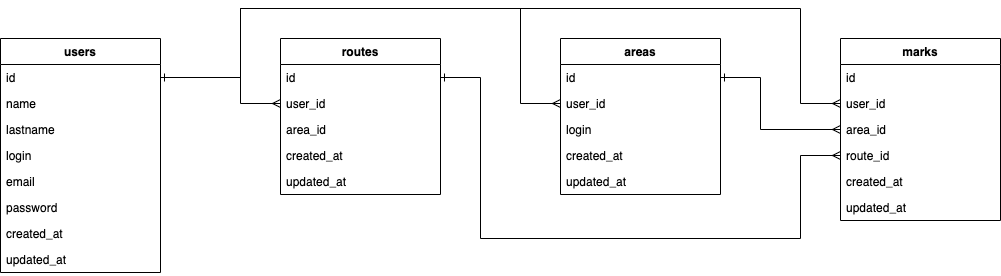
Above: docs/images/db-structure.drawio.png in jbakhtin/driving-school-route-coverage (draw.io), before the change. Source tidied: cells renumbered, new cells last; positions are measured from the earlier drawing's top-left corner, leaving out a move shared by most shapes.
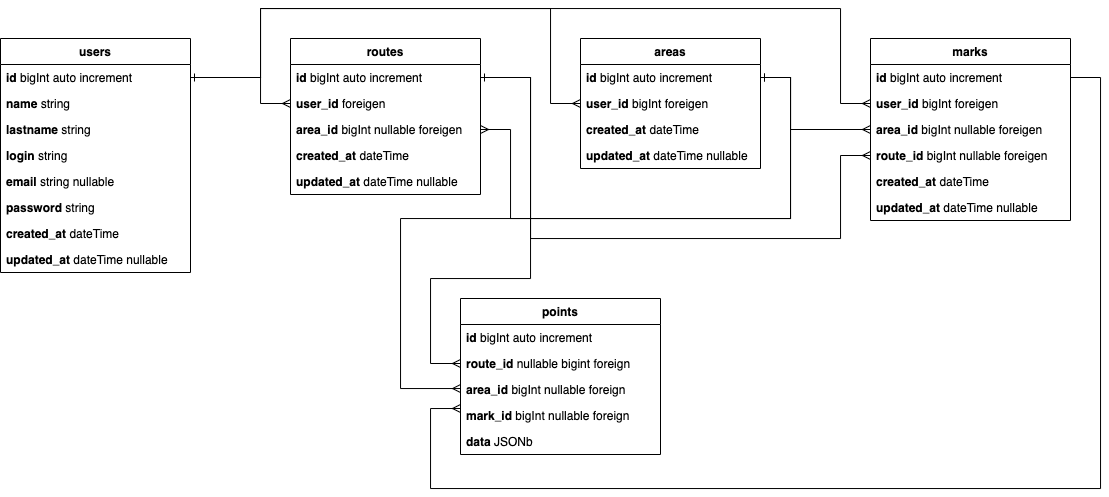
After the change.

The edit, as a diff of the source:
```diff
@@ -3,102 +3,99 @@
     <mxCell id="0" />
     <mxCell id="1" parent="0" />
     <mxCell id="2" value="users" style="swimlane;fontStyle=1;align=center;verticalAlign=top;horizontal=1;startSize=26;whiteSpace=wrap;html=1;" parent="1" vertex="1">
-      <mxGeometry y="30" width="160" height="234" as="geometry" />
+      <mxGeometry x="-30" y="30" width="190" height="234" as="geometry" />
     </mxCell>
-    <mxCell id="3" value="id" style="text;strokeColor=none;fillColor=none;align=left;verticalAlign=top;spacingLeft=4;spacingRight=4;overflow=hidden;points=[[0,0.5],[1,0.5]];portConstraint=eastwest;whiteSpace=wrap;html=1;" parent="2" vertex="1">
-      <mxGeometry y="26" width="160" height="26" as="geometry" />
+    <mxCell id="3" value="&lt;b&gt;id&lt;/b&gt;&amp;nbsp;bigInt&amp;nbsp;auto increment&amp;nbsp;" style="text;strokeColor=none;fillColor=none;align=left;verticalAlign=top;spacingLeft=4;spacingRight=4;overflow=hidden;points=[[0,0.5],[1,0.5]];portConstraint=eastwest;whiteSpace=wrap;html=1;" parent="2" vertex="1">
+      <mxGeometry y="26" width="190" height="26" as="geometry" />
     </mxCell>
-    <mxCell id="4" value="name" style="text;strokeColor=none;fillColor=none;align=left;verticalAlign=top;spacingLeft=4;spacingRight=4;overflow=hidden;whiteSpace=wrap;html=1;" parent="2" vertex="1">
-      <mxGeometry y="52" width="160" height="26" as="geometry" />
+    <mxCell id="4" value="&lt;b&gt;name&lt;/b&gt; string" style="text;strokeColor=none;fillColor=none;align=left;verticalAlign=top;spacingLeft=4;spacingRight=4;overflow=hidden;whiteSpace=wrap;html=1;" parent="2" vertex="1">
+      <mxGeometry y="52" width="190" height="26" as="geometry" />
     </mxCell>
-    <mxCell id="5" value="lastname" style="text;strokeColor=none;fillColor=none;align=left;verticalAlign=top;spacingLeft=4;spacingRight=4;overflow=hidden;whiteSpace=wrap;html=1;" parent="2" vertex="1">
-      <mxGeometry y="78" width="160" height="26" as="geometry" />
+    <mxCell id="5" value="&lt;b&gt;lastname&lt;/b&gt; string" style="text;strokeColor=none;fillColor=none;align=left;verticalAlign=top;spacingLeft=4;spacingRight=4;overflow=hidden;whiteSpace=wrap;html=1;" parent="2" vertex="1">
+      <mxGeometry y="78" width="190" height="26" as="geometry" />
     </mxCell>
-    <mxCell id="6" value="login" style="text;strokeColor=none;fillColor=none;align=left;verticalAlign=top;spacingLeft=4;spacingRight=4;overflow=hidden;whiteSpace=wrap;html=1;" parent="2" vertex="1">
-      <mxGeometry y="104" width="160" height="26" as="geometry" />
+    <mxCell id="6" value="&lt;b&gt;login&lt;/b&gt; string" style="text;strokeColor=none;fillColor=none;align=left;verticalAlign=top;spacingLeft=4;spacingRight=4;overflow=hidden;whiteSpace=wrap;html=1;" parent="2" vertex="1">
+      <mxGeometry y="104" width="190" height="26" as="geometry" />
     </mxCell>
-    <mxCell id="7" value="email" style="text;strokeColor=none;fillColor=none;align=left;verticalAlign=top;spacingLeft=4;spacingRight=4;overflow=hidden;whiteSpace=wrap;html=1;" parent="2" vertex="1">
-      <mxGeometry y="130" width="160" height="26" as="geometry" />
+    <mxCell id="7" value="&lt;b&gt;email&lt;/b&gt; string nullable" style="text;strokeColor=none;fillColor=none;align=left;verticalAlign=top;spacingLeft=4;spacingRight=4;overflow=hidden;whiteSpace=wrap;html=1;" parent="2" vertex="1">
+      <mxGeometry y="130" width="190" height="26" as="geometry" />
     </mxCell>
-    <mxCell id="8" value="password" style="text;strokeColor=none;fillColor=none;align=left;verticalAlign=top;spacingLeft=4;spacingRight=4;overflow=hidden;whiteSpace=wrap;html=1;" parent="2" vertex="1">
-      <mxGeometry y="156" width="160" height="26" as="geometry" />
+    <mxCell id="8" value="&lt;b&gt;password&lt;/b&gt; string" style="text;strokeColor=none;fillColor=none;align=left;verticalAlign=top;spacingLeft=4;spacingRight=4;overflow=hidden;whiteSpace=wrap;html=1;" parent="2" vertex="1">
+      <mxGeometry y="156" width="190" height="26" as="geometry" />
     </mxCell>
-    <mxCell id="9" value="created_at" style="text;strokeColor=none;fillColor=none;align=left;verticalAlign=top;spacingLeft=4;spacingRight=4;overflow=hidden;whiteSpace=wrap;html=1;" parent="2" vertex="1">
-      <mxGeometry y="182" width="160" height="26" as="geometry" />
+    <mxCell id="9" value="&lt;b&gt;created_at&lt;/b&gt; dateTime" style="text;strokeColor=none;fillColor=none;align=left;verticalAlign=top;spacingLeft=4;spacingRight=4;overflow=hidden;whiteSpace=wrap;html=1;" parent="2" vertex="1">
+      <mxGeometry y="182" width="190" height="26" as="geometry" />
     </mxCell>
-    <mxCell id="10" value="updated_at" style="text;strokeColor=none;fillColor=none;align=left;verticalAlign=top;spacingLeft=4;spacingRight=4;overflow=hidden;whiteSpace=wrap;html=1;" parent="2" vertex="1">
-      <mxGeometry y="208" width="160" height="26" as="geometry" />
+    <mxCell id="10" value="&lt;b&gt;updated_at&lt;/b&gt; dateTime nullable" style="text;strokeColor=none;fillColor=none;align=left;verticalAlign=top;spacingLeft=4;spacingRight=4;overflow=hidden;whiteSpace=wrap;html=1;" parent="2" vertex="1">
+      <mxGeometry y="208" width="190" height="26" as="geometry" />
     </mxCell>
     <mxCell id="11" value="routes" style="swimlane;fontStyle=1;align=center;verticalAlign=top;horizontal=1;startSize=26;whiteSpace=wrap;html=1;" parent="1" vertex="1">
-      <mxGeometry x="280" y="30" width="160" height="156" as="geometry" />
+      <mxGeometry x="260" y="30" width="190" height="156" as="geometry" />
     </mxCell>
-    <mxCell id="12" value="id" style="text;strokeColor=none;fillColor=none;align=left;verticalAlign=top;spacingLeft=4;spacingRight=4;overflow=hidden;points=[[0,0.5],[1,0.5]];portConstraint=eastwest;whiteSpace=wrap;html=1;" parent="11" vertex="1">
-      <mxGeometry y="26" width="160" height="26" as="geometry" />
+    <mxCell id="12" value="&lt;b&gt;id&lt;/b&gt;&amp;nbsp;bigInt&amp;nbsp;auto increment" style="text;strokeColor=none;fillColor=none;align=left;verticalAlign=top;spacingLeft=4;spacingRight=4;overflow=hidden;points=[[0,0.5],[1,0.5]];portConstraint=eastwest;whiteSpace=wrap;html=1;" parent="11" vertex="1">
+      <mxGeometry y="26" width="190" height="26" as="geometry" />
     </mxCell>
-    <mxCell id="13" value="user_id" style="text;strokeColor=none;fillColor=none;align=left;verticalAlign=top;spacingLeft=4;spacingRight=4;overflow=hidden;points=[[0,0.5],[1,0.5]];portConstraint=eastwest;whiteSpace=wrap;html=1;" parent="11" vertex="1">
-      <mxGeometry y="52" width="160" height="26" as="geometry" />
+    <mxCell id="13" value="&lt;b&gt;user_id&lt;/b&gt;&amp;nbsp;foreigen" style="text;strokeColor=none;fillColor=none;align=left;verticalAlign=top;spacingLeft=4;spacingRight=4;overflow=hidden;points=[[0,0.5],[1,0.5]];portConstraint=eastwest;whiteSpace=wrap;html=1;" parent="11" vertex="1">
+      <mxGeometry y="52" width="190" height="26" as="geometry" />
     </mxCell>
-    <mxCell id="14" value="area_id" style="text;strokeColor=none;fillColor=none;align=left;verticalAlign=top;spacingLeft=4;spacingRight=4;overflow=hidden;points=[[0,0.5],[1,0.5]];portConstraint=eastwest;whiteSpace=wrap;html=1;" parent="11" vertex="1">
-      <mxGeometry y="78" width="160" height="26" as="geometry" />
+    <mxCell id="14" value="&lt;b&gt;area_id&amp;nbsp;&lt;/b&gt;bigInt&amp;nbsp;nullable foreigen" style="text;strokeColor=none;fillColor=none;align=left;verticalAlign=top;spacingLeft=4;spacingRight=4;overflow=hidden;points=[[0,0.5],[1,0.5]];portConstraint=eastwest;whiteSpace=wrap;html=1;" parent="11" vertex="1">
+      <mxGeometry y="78" width="190" height="26" as="geometry" />
     </mxCell>
-    <mxCell id="15" value="created_at" style="text;strokeColor=none;fillColor=none;align=left;verticalAlign=top;spacingLeft=4;spacingRight=4;overflow=hidden;whiteSpace=wrap;html=1;" parent="11" vertex="1">
-      <mxGeometry y="104" width="160" height="26" as="geometry" />
+    <mxCell id="15" value="&lt;b&gt;created_at&amp;nbsp;&lt;/b&gt;dateTime" style="text;strokeColor=none;fillColor=none;align=left;verticalAlign=top;spacingLeft=4;spacingRight=4;overflow=hidden;whiteSpace=wrap;html=1;" parent="11" vertex="1">
+      <mxGeometry y="104" width="190" height="26" as="geometry" />
     </mxCell>
-    <mxCell id="16" value="updated_at" style="text;strokeColor=none;fillColor=none;align=left;verticalAlign=top;spacingLeft=4;spacingRight=4;overflow=hidden;whiteSpace=wrap;html=1;" parent="11" vertex="1">
-      <mxGeometry y="130" width="160" height="26" as="geometry" />
+    <mxCell id="16" value="&lt;b&gt;updated_at&amp;nbsp;&lt;/b&gt;dateTime&amp;nbsp;nullable" style="text;strokeColor=none;fillColor=none;align=left;verticalAlign=top;spacingLeft=4;spacingRight=4;overflow=hidden;whiteSpace=wrap;html=1;" parent="11" vertex="1">
+      <mxGeometry y="130" width="190" height="26" as="geometry" />
     </mxCell>
     <mxCell id="17" value="areas" style="swimlane;fontStyle=1;align=center;verticalAlign=top;horizontal=1;startSize=26;whiteSpace=wrap;html=1;" parent="1" vertex="1">
-      <mxGeometry x="560" y="30" width="160" height="156" as="geometry" />
+      <mxGeometry x="550" y="30" width="180" height="130" as="geometry" />
     </mxCell>
-    <mxCell id="18" value="id" style="text;strokeColor=none;fillColor=none;align=left;verticalAlign=top;spacingLeft=4;spacingRight=4;overflow=hidden;points=[[0,0.5],[1,0.5]];portConstraint=eastwest;whiteSpace=wrap;html=1;" parent="17" vertex="1">
-      <mxGeometry y="26" width="160" height="26" as="geometry" />
+    <mxCell id="18" value="&lt;b&gt;id&amp;nbsp;&lt;/b&gt;bigInt&amp;nbsp;auto increment" style="text;strokeColor=none;fillColor=none;align=left;verticalAlign=top;spacingLeft=4;spacingRight=4;overflow=hidden;points=[[0,0.5],[1,0.5]];portConstraint=eastwest;whiteSpace=wrap;html=1;" parent="17" vertex="1">
+      <mxGeometry y="26" width="180" height="26" as="geometry" />
     </mxCell>
-    <mxCell id="19" value="user_id" style="text;strokeColor=none;fillColor=none;align=left;verticalAlign=top;spacingLeft=4;spacingRight=4;overflow=hidden;points=[[0,0.5],[1,0.5]];portConstraint=eastwest;whiteSpace=wrap;html=1;" parent="17" vertex="1">
-      <mxGeometry y="52" width="160" height="26" as="geometry" />
+    <mxCell id="19" value="&lt;b style=&quot;border-color: var(--border-color);&quot;&gt;user_id&lt;/b&gt;&amp;nbsp;bigInt&amp;nbsp;foreigen" style="text;strokeColor=none;fillColor=none;align=left;verticalAlign=top;spacingLeft=4;spacingRight=4;overflow=hidden;points=[[0,0.5],[1,0.5]];portConstraint=eastwest;whiteSpace=wrap;html=1;" parent="17" vertex="1">
+      <mxGeometry y="52" width="180" height="26" as="geometry" />
     </mxCell>
-    <mxCell id="20" value="login" style="text;strokeColor=none;fillColor=none;align=left;verticalAlign=top;spacingLeft=4;spacingRight=4;overflow=hidden;whiteSpace=wrap;html=1;" parent="17" vertex="1">
-      <mxGeometry y="78" width="160" height="26" as="geometry" />
-    </mxCell>
-    <mxCell id="21" value="created_at" style="text;strokeColor=none;fillColor=none;align=left;verticalAlign=top;spacingLeft=4;spacingRight=4;overflow=hidden;whiteSpace=wrap;html=1;" parent="17" vertex="1">
-      <mxGeometry y="104" width="160" height="26" as="geometry" />
+    <mxCell id="21" value="&lt;b style=&quot;border-color: var(--border-color);&quot;&gt;created_at&amp;nbsp;&lt;/b&gt;dateTime" style="text;strokeColor=none;fillColor=none;align=left;verticalAlign=top;spacingLeft=4;spacingRight=4;overflow=hidden;whiteSpace=wrap;html=1;" parent="17" vertex="1">
+      <mxGeometry y="78" width="180" height="26" as="geometry" />
     </mxCell>
-    <mxCell id="22" value="updated_at" style="text;strokeColor=none;fillColor=none;align=left;verticalAlign=top;spacingLeft=4;spacingRight=4;overflow=hidden;whiteSpace=wrap;html=1;" parent="17" vertex="1">
-      <mxGeometry y="130" width="160" height="26" as="geometry" />
+    <mxCell id="22" value="&lt;b style=&quot;border-color: var(--border-color);&quot;&gt;updated_at&amp;nbsp;&lt;/b&gt;dateTime&amp;nbsp;nullable" style="text;strokeColor=none;fillColor=none;align=left;verticalAlign=top;spacingLeft=4;spacingRight=4;overflow=hidden;whiteSpace=wrap;html=1;" parent="17" vertex="1">
+      <mxGeometry y="104" width="180" height="26" as="geometry" />
     </mxCell>
     <mxCell id="23" value="marks" style="swimlane;fontStyle=1;align=center;verticalAlign=top;horizontal=1;startSize=26;whiteSpace=wrap;html=1;" parent="1" vertex="1">
-      <mxGeometry x="840" y="30" width="160" height="182" as="geometry" />
+      <mxGeometry x="840" y="30" width="200" height="182" as="geometry" />
     </mxCell>
-    <mxCell id="24" value="id" style="text;strokeColor=none;fillColor=none;align=left;verticalAlign=top;spacingLeft=4;spacingRight=4;overflow=hidden;points=[[0,0.5],[1,0.5]];portConstraint=eastwest;whiteSpace=wrap;html=1;" parent="23" vertex="1">
-      <mxGeometry y="26" width="160" height="26" as="geometry" />
+    <mxCell id="24" value="&lt;b style=&quot;border-color: var(--border-color);&quot;&gt;id&amp;nbsp;&lt;/b&gt;bigInt auto increment" style="text;strokeColor=none;fillColor=none;align=left;verticalAlign=top;spacingLeft=4;spacingRight=4;overflow=hidden;points=[[0,0.5],[1,0.5]];portConstraint=eastwest;whiteSpace=wrap;html=1;" parent="23" vertex="1">
+      <mxGeometry y="26" width="200" height="26" as="geometry" />
     </mxCell>
-    <mxCell id="25" value="user_id" style="text;strokeColor=none;fillColor=none;align=left;verticalAlign=top;spacingLeft=4;spacingRight=4;overflow=hidden;points=[[0,0.5],[1,0.5]];portConstraint=eastwest;whiteSpace=wrap;html=1;" parent="23" vertex="1">
-      <mxGeometry y="52" width="160" height="26" as="geometry" />
+    <mxCell id="25" value="&lt;b style=&quot;border-color: var(--border-color);&quot;&gt;user_id&lt;/b&gt;&amp;nbsp;bigInt&amp;nbsp;foreigen" style="text;strokeColor=none;fillColor=none;align=left;verticalAlign=top;spacingLeft=4;spacingRight=4;overflow=hidden;points=[[0,0.5],[1,0.5]];portConstraint=eastwest;whiteSpace=wrap;html=1;" parent="23" vertex="1">
+      <mxGeometry y="52" width="200" height="26" as="geometry" />
     </mxCell>
-    <mxCell id="26" value="area_id" style="text;strokeColor=none;fillColor=none;align=left;verticalAlign=top;spacingLeft=4;spacingRight=4;overflow=hidden;points=[[0,0.5],[1,0.5]];portConstraint=eastwest;whiteSpace=wrap;html=1;" parent="23" vertex="1">
-      <mxGeometry y="78" width="160" height="26" as="geometry" />
+    <mxCell id="26" value="&lt;b&gt;area_id&lt;/b&gt;&amp;nbsp;bigInt&amp;nbsp;nullable&amp;nbsp;foreigen" style="text;strokeColor=none;fillColor=none;align=left;verticalAlign=top;spacingLeft=4;spacingRight=4;overflow=hidden;points=[[0,0.5],[1,0.5]];portConstraint=eastwest;whiteSpace=wrap;html=1;" parent="23" vertex="1">
+      <mxGeometry y="78" width="200" height="26" as="geometry" />
     </mxCell>
-    <mxCell id="27" value="route_id" style="text;strokeColor=none;fillColor=none;align=left;verticalAlign=top;spacingLeft=4;spacingRight=4;overflow=hidden;points=[[0,0.5],[1,0.5]];portConstraint=eastwest;whiteSpace=wrap;html=1;" parent="23" vertex="1">
-      <mxGeometry y="104" width="160" height="26" as="geometry" />
+    <mxCell id="27" value="&lt;b&gt;route_id&amp;nbsp;&lt;/b&gt;bigInt&amp;nbsp;nullable&amp;nbsp;foreigen" style="text;strokeColor=none;fillColor=none;align=left;verticalAlign=top;spacingLeft=4;spacingRight=4;overflow=hidden;points=[[0,0.5],[1,0.5]];portConstraint=eastwest;whiteSpace=wrap;html=1;" parent="23" vertex="1">
+      <mxGeometry y="104" width="200" height="26" as="geometry" />
     </mxCell>
-    <mxCell id="28" value="created_at" style="text;strokeColor=none;fillColor=none;align=left;verticalAlign=top;spacingLeft=4;spacingRight=4;overflow=hidden;whiteSpace=wrap;html=1;" parent="23" vertex="1">
-      <mxGeometry y="130" width="160" height="26" as="geometry" />
+    <mxCell id="28" value="&lt;b style=&quot;border-color: var(--border-color);&quot;&gt;created_at&amp;nbsp;&lt;/b&gt;dateTime" style="text;strokeColor=none;fillColor=none;align=left;verticalAlign=top;spacingLeft=4;spacingRight=4;overflow=hidden;whiteSpace=wrap;html=1;" parent="23" vertex="1">
+      <mxGeometry y="130" width="200" height="26" as="geometry" />
     </mxCell>
-    <mxCell id="29" value="updated_at" style="text;strokeColor=none;fillColor=none;align=left;verticalAlign=top;spacingLeft=4;spacingRight=4;overflow=hidden;whiteSpace=wrap;html=1;" parent="23" vertex="1">
-      <mxGeometry y="156" width="160" height="26" as="geometry" />
+    <mxCell id="29" value="&lt;b style=&quot;border-color: var(--border-color);&quot;&gt;updated_at&amp;nbsp;&lt;/b&gt;dateTime&amp;nbsp;nullable" style="text;strokeColor=none;fillColor=none;align=left;verticalAlign=top;spacingLeft=4;spacingRight=4;overflow=hidden;whiteSpace=wrap;html=1;" parent="23" vertex="1">
+      <mxGeometry y="156" width="200" height="26" as="geometry" />
     </mxCell>
     <mxCell id="30" style="edgeStyle=orthogonalEdgeStyle;rounded=0;jettySize=auto;html=1;exitX=1;exitY=0.5;exitDx=0;exitDy=0;entryX=0;entryY=0.5;entryDx=0;entryDy=0;endArrow=ERmany;endFill=0;" parent="1" edge="1" source="3" target="13">
       <mxGeometry relative="1" as="geometry">
         <Array as="points">
-          <mxPoint x="240" y="69" />
-          <mxPoint x="240" y="95" />
+          <mxPoint x="230" y="69" />
+          <mxPoint x="230" y="95" />
         </Array>
       </mxGeometry>
     </mxCell>
     <mxCell id="31" style="edgeStyle=orthogonalEdgeStyle;rounded=0;jettySize=auto;html=1;entryX=0;entryY=0.5;entryDx=0;entryDy=0;endArrow=ERmany;endFill=0;exitX=1;exitY=0.5;exitDx=0;exitDy=0;" parent="1" edge="1" source="3" target="19">
       <mxGeometry relative="1" as="geometry">
         <Array as="points">
-          <mxPoint x="240" y="69" />
-          <mxPoint x="240" />
+          <mxPoint x="230" y="69" />
+          <mxPoint x="230" />
           <mxPoint x="520" />
           <mxPoint x="520" y="95" />
         </Array>
@@ -107,10 +104,10 @@
     <mxCell id="32" style="edgeStyle=orthogonalEdgeStyle;rounded=0;jettySize=auto;html=1;entryX=0;entryY=0.5;entryDx=0;entryDy=0;endArrow=ERmany;endFill=0;startArrow=ERone;startFill=0;exitX=1;exitY=0.5;exitDx=0;exitDy=0;" parent="1" edge="1" source="3" target="25">
       <mxGeometry relative="1" as="geometry">
         <Array as="points">
-          <mxPoint x="240" y="69" />
-          <mxPoint x="240" />
-          <mxPoint x="800" />
-          <mxPoint x="800" y="95" />
+          <mxPoint x="230" y="69" />
+          <mxPoint x="230" />
+          <mxPoint x="810" />
+          <mxPoint x="810" y="95" />
         </Array>
       </mxGeometry>
     </mxCell>
@@ -125,12 +122,72 @@
     <mxCell id="34" style="edgeStyle=orthogonalEdgeStyle;rounded=0;jettySize=auto;html=1;exitX=1;exitY=0.5;exitDx=0;exitDy=0;entryX=0;entryY=0.5;entryDx=0;entryDy=0;endArrow=ERmany;endFill=0;startArrow=ERone;startFill=0;" parent="1" edge="1" source="12" target="27">
       <mxGeometry relative="1" as="geometry">
         <Array as="points">
-          <mxPoint x="480" y="69" />
-          <mxPoint x="480" y="230" />
-          <mxPoint x="800" y="230" />
-          <mxPoint x="800" y="147" />
+          <mxPoint x="500" y="69" />
+          <mxPoint x="500" y="230" />
+          <mxPoint x="810" y="230" />
+          <mxPoint x="810" y="147" />
         </Array>
       </mxGeometry>
     </mxCell>
+    <mxCell id="35" value="points" style="swimlane;fontStyle=1;align=center;verticalAlign=top;horizontal=1;startSize=26;whiteSpace=wrap;html=1;" parent="1" vertex="1">
+      <mxGeometry x="430" y="290" width="200" height="156" as="geometry" />
+    </mxCell>
+    <mxCell id="36" value="&lt;b&gt;id&amp;nbsp;&lt;/b&gt;bigInt&amp;nbsp;auto increment" style="text;strokeColor=none;fillColor=none;align=left;verticalAlign=top;spacingLeft=4;spacingRight=4;overflow=hidden;whiteSpace=wrap;html=1;" parent="35" vertex="1">
+      <mxGeometry y="26" width="200" height="26" as="geometry" />
+    </mxCell>
+    <mxCell id="37" value="&lt;b&gt;route_id &lt;/b&gt;nullable bigint foreign" style="text;strokeColor=none;fillColor=none;align=left;verticalAlign=top;spacingLeft=4;spacingRight=4;overflow=hidden;points=[[0,0.5],[1,0.5]];portConstraint=eastwest;whiteSpace=wrap;html=1;" parent="35" vertex="1">
+      <mxGeometry y="52" width="200" height="26" as="geometry" />
+    </mxCell>
+    <mxCell id="38" value="&lt;b&gt;area_id&amp;nbsp;&lt;/b&gt;bigInt&amp;nbsp;nullable foreign" style="text;strokeColor=none;fillColor=none;align=left;verticalAlign=top;spacingLeft=4;spacingRight=4;overflow=hidden;points=[[0,0.5],[1,0.5]];portConstraint=eastwest;whiteSpace=wrap;html=1;" parent="35" vertex="1">
+      <mxGeometry y="78" width="200" height="26" as="geometry" />
+    </mxCell>
+    <mxCell id="39" value="&lt;b&gt;mark_id&amp;nbsp;&lt;/b&gt;bigInt&amp;nbsp;nullable foreign" style="text;strokeColor=none;fillColor=none;align=left;verticalAlign=top;spacingLeft=4;spacingRight=4;overflow=hidden;whiteSpace=wrap;html=1;" parent="35" vertex="1">
+      <mxGeometry y="104" width="200" height="26" as="geometry" />
+    </mxCell>
+    <mxCell id="40" value="&lt;b&gt;data &lt;/b&gt;JSONb" style="text;strokeColor=none;fillColor=none;align=left;verticalAlign=top;spacingLeft=4;spacingRight=4;overflow=hidden;whiteSpace=wrap;html=1;" parent="35" vertex="1">
+      <mxGeometry y="130" width="200" height="26" as="geometry" />
+    </mxCell>
+    <mxCell id="41" style="edgeStyle=orthogonalEdgeStyle;rounded=0;jettySize=auto;html=1;exitX=1;exitY=0.5;exitDx=0;exitDy=0;entryX=1;entryY=0.5;entryDx=0;entryDy=0;endArrow=ERmany;endFill=0;startArrow=ERone;startFill=0;" parent="1" edge="1" source="18" target="14">
+      <mxGeometry relative="1" as="geometry">
+        <Array as="points">
+          <mxPoint x="760" y="69" />
+          <mxPoint x="760" y="210" />
+          <mxPoint x="480" y="210" />
+          <mxPoint x="480" y="121" />
+        </Array>
+      </mxGeometry>
+    </mxCell>
+    <mxCell id="42" style="edgeStyle=orthogonalEdgeStyle;rounded=0;jettySize=auto;html=1;exitX=1;exitY=0.5;exitDx=0;exitDy=0;entryX=0;entryY=0.5;entryDx=0;entryDy=0;endArrow=ERmany;endFill=0;" parent="1" edge="1" source="12" target="37">
+      <mxGeometry relative="1" as="geometry">
+        <Array as="points">
+          <mxPoint x="500" y="69" />
+          <mxPoint x="500" y="270" />
+          <mxPoint x="400" y="270" />
+          <mxPoint x="400" y="355" />
+        </Array>
+      </mxGeometry>
+    </mxCell>
+    <mxCell id="43" style="edgeStyle=orthogonalEdgeStyle;rounded=0;jettySize=auto;html=1;entryX=0;entryY=0.5;entryDx=0;entryDy=0;endArrow=ERmany;endFill=0;" parent="1" edge="1" source="18" target="38">
+      <mxGeometry relative="1" as="geometry">
+        <Array as="points">
+          <mxPoint x="760" y="69" />
+          <mxPoint x="760" y="210" />
+          <mxPoint x="370" y="210" />
+          <mxPoint x="370" y="380" />
+          <mxPoint x="430" y="380" />
+        </Array>
+      </mxGeometry>
+    </mxCell>
+    <mxCell id="44" style="edgeStyle=orthogonalEdgeStyle;rounded=0;jettySize=auto;html=1;endArrow=ERmany;endFill=0;" parent="1" edge="1" source="24">
+      <mxGeometry relative="1" as="geometry">
+        <mxPoint x="430" y="400" as="targetPoint" />
+        <Array as="points">
+          <mxPoint x="1070" y="69" />
+          <mxPoint x="1070" y="480" />
+          <mxPoint x="400" y="480" />
+          <mxPoint x="400" y="400" />
+        </Array>
+      </mxGeometry>
+    </mxCell>
   </root>
 </mxGraphModel>
```
